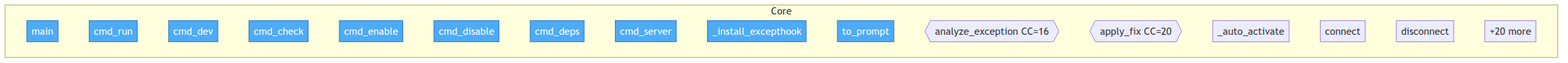
Before: project/flow.png, a diagram exported from Mermaid (semcod/pfix). Its source is kept beside it as project/flow.mmd. Its diagram source:
```mermaid
flowchart TD

    classDef entry fill:#4dabf7,stroke:#1971c2,color:#fff

    subgraph Core
        src__pfix__cli__main["main"]
        src__pfix__cli__cmd_run["cmd_run"]
        src__pfix__cli__cmd_dev["cmd_dev"]
        src__pfix__cli__cmd_check["cmd_check"]
        src__pfix__cli__cmd_enable["cmd_enable"]
        src__pfix__cli__cmd_disable["cmd_disable"]
        src__pfix__cli__cmd_deps["cmd_deps"]
        src__pfix__cli__cmd_server["cmd_server"]
        src__pfix__cli___install_excepthook["_install_excepthook"]
        src__pfix__analyzer__ErrorContext__to_prompt["to_prompt"]
        src__pfix__analyzer__analyze_exception{{analyze_exception CC=16}}
        src__pfix__fixer__apply_fix{{apply_fix CC=20}}
        src__pfix___auto_activate["_auto_activate"]
        src__pfix__mcp_client__MCPClient__connect["connect"]
        src__pfix__mcp_client__MCPClient__disconnect["disconnect"]
        ...["+20 more"]
    end

    class src__pfix__cli__main,src__pfix__cli__cmd_run,src__pfix__cli__cmd_dev,src__pfix__cli__cmd_check,src__pfix__cli__cmd_enable,src__pfix__cli__cmd_disable,src__pfix__cli__cmd_deps,src__pfix__cli__cmd_server,src__pfix__cli___install_excepthook,src__pfix__analyzer__ErrorContext__to_prompt entry
```
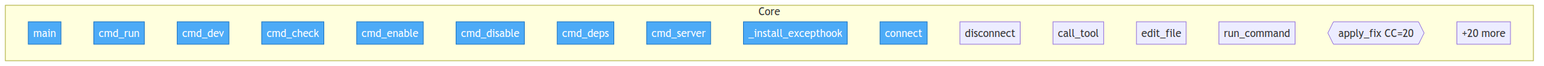
After the change.

The edit, as a diff of the source:
```diff
@@ -12,13 +12,13 @@
         src__pfix__cli__cmd_deps["cmd_deps"]
         src__pfix__cli__cmd_server["cmd_server"]
         src__pfix__cli___install_excepthook["_install_excepthook"]
-        src__pfix__analyzer__ErrorContext__to_prompt["to_prompt"]
-        src__pfix__analyzer__analyze_exception{{analyze_exception CC=16}}
-        src__pfix__fixer__apply_fix{{apply_fix CC=20}}
-        src__pfix___auto_activate["_auto_activate"]
         src__pfix__mcp_client__MCPClient__connect["connect"]
         src__pfix__mcp_client__MCPClient__disconnect["disconnect"]
+        src__pfix__mcp_client__MCPClient__call_tool["call_tool"]
+        src__pfix__mcp_client__MCPClient__edit_file["edit_file"]
+        src__pfix__mcp_client__MCPClient__run_command["run_command"]
+        src__pfix__fixer__apply_fix{{apply_fix CC=20}}
         ...["+20 more"]
     end
 
-    class src__pfix__cli__main,src__pfix__cli__cmd_run,src__pfix__cli__cmd_dev,src__pfix__cli__cmd_check,src__pfix__cli__cmd_enable,src__pfix__cli__cmd_disable,src__pfix__cli__cmd_deps,src__pfix__cli__cmd_server,src__pfix__cli___install_excepthook,src__pfix__analyzer__ErrorContext__to_prompt entry
+    class src__pfix__cli__main,src__pfix__cli__cmd_run,src__pfix__cli__cmd_dev,src__pfix__cli__cmd_check,src__pfix__cli__cmd_enable,src__pfix__cli__cmd_disable,src__pfix__cli__cmd_deps,src__pfix__cli__cmd_server,src__pfix__cli___install_excepthook,src__pfix__mcp_client__MCPClient__connect entry
```
